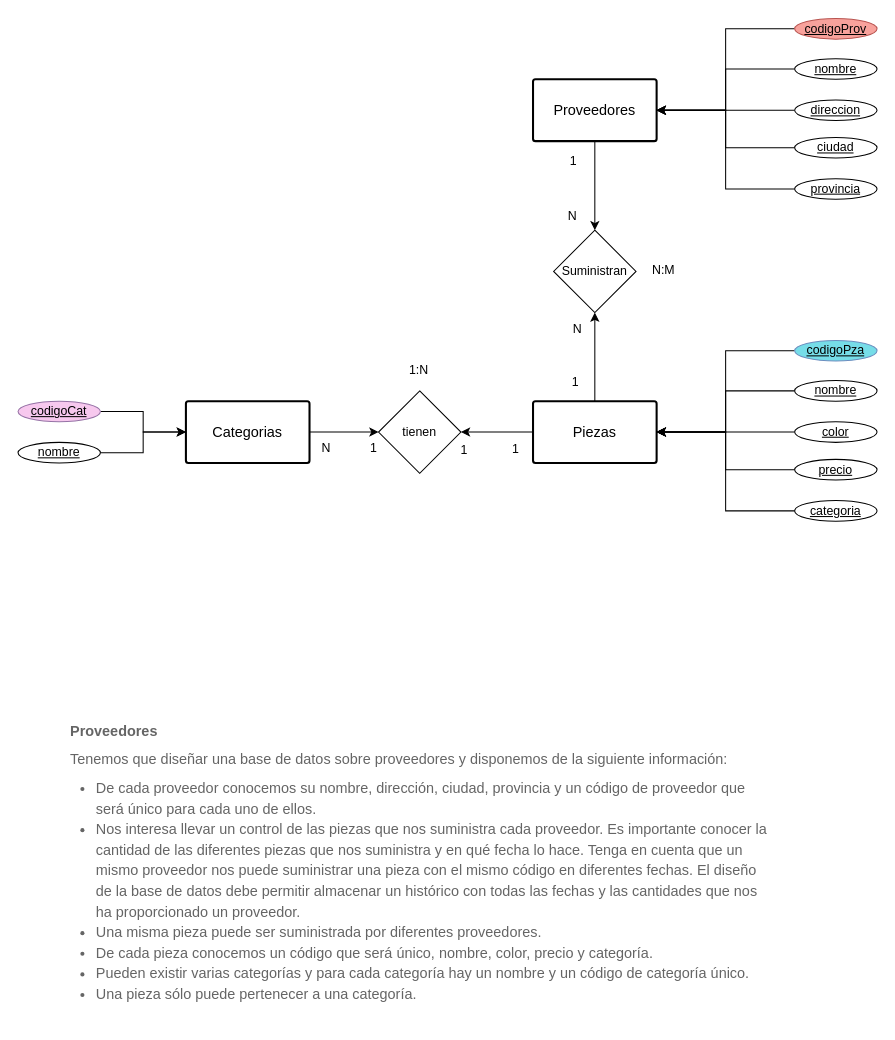
This is page "Página-4" (4 of 4) of Diagrama sin título.drawio from ErickCst/basesDatos, a draw.io file, before an edit. Source tidied: cells renumbered, new cells numbered last; positions are measured from the earlier drawing's top-left corner, leaving out a move shared by most shapes. Both pictures are drawn from the tidied source at 103%, with x=0, y=0 at pixel (18, 18).
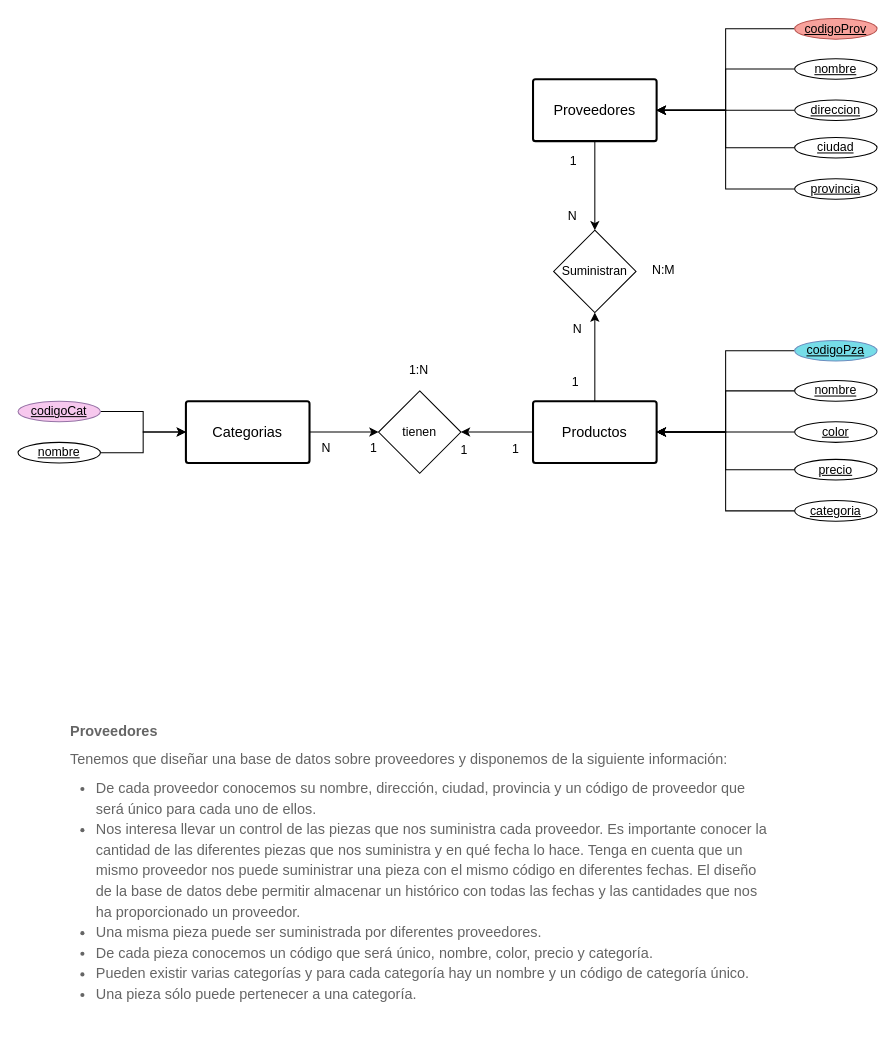
The same diagram, later.

Diff of the diagram source:
```diff
@@
-    <mxCell id="18" value="Piezas" style="whiteSpace=wrap;html=1;fontSize=14;fontStyle=0;startSize=50;rounded=1;strokeWidth=2;shadow=0;dashed=0;arcSize=4;" parent="1" vertex="1">
+    <mxCell id="18" value="Productos" style="whiteSpace=wrap;html=1;fontSize=14;fontStyle=0;startSize=50;rounded=1;strokeWidth=2;shadow=0;dashed=0;arcSize=4;" parent="1" vertex="1">
       <mxGeometry x="500" y="372" width="120" height="60" as="geometry" />
     </mxCell>
```
